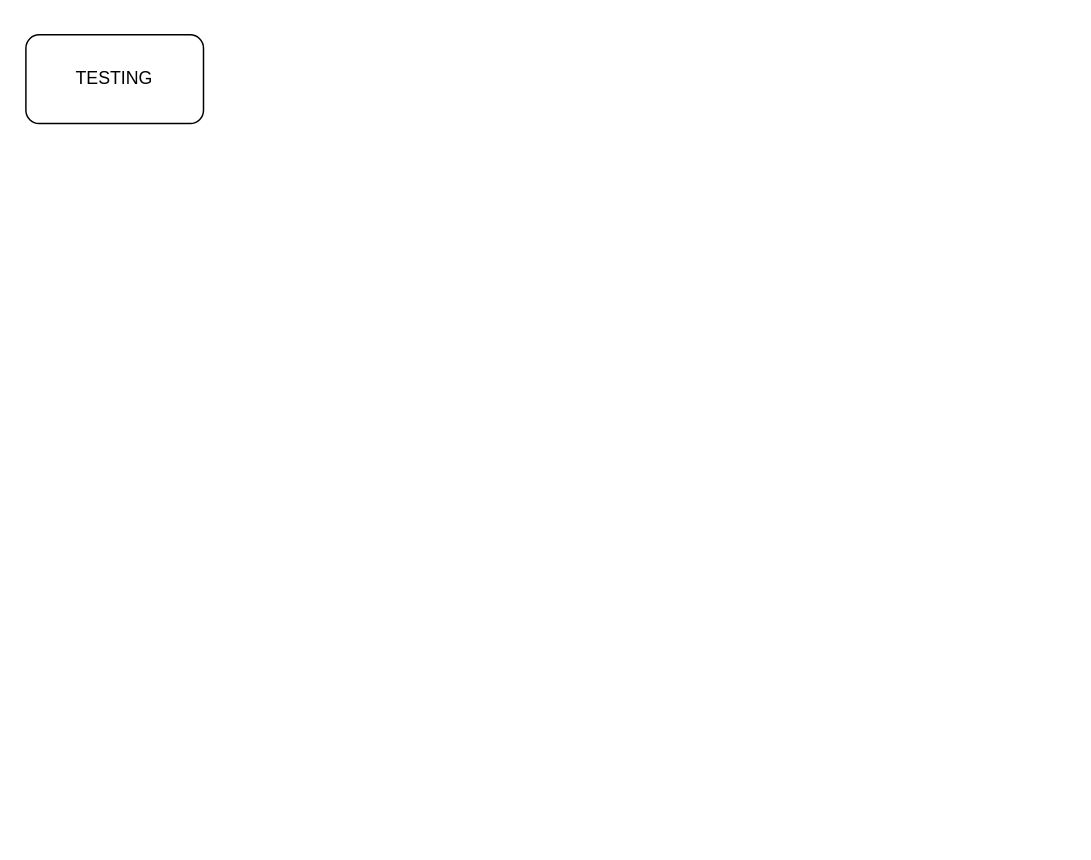
Above: Untitled Diagram.drawio in benpmay24/Process_Diagrams (draw.io), before the change. Source tidied: cells renumbered, new cells numbered last; positions are measured from the earlier drawing's top-left corner, leaving out a move shared by most shapes. Both pictures are drawn from the tidied source at 148%, with x=0, y=0 at pixel (25, 34).
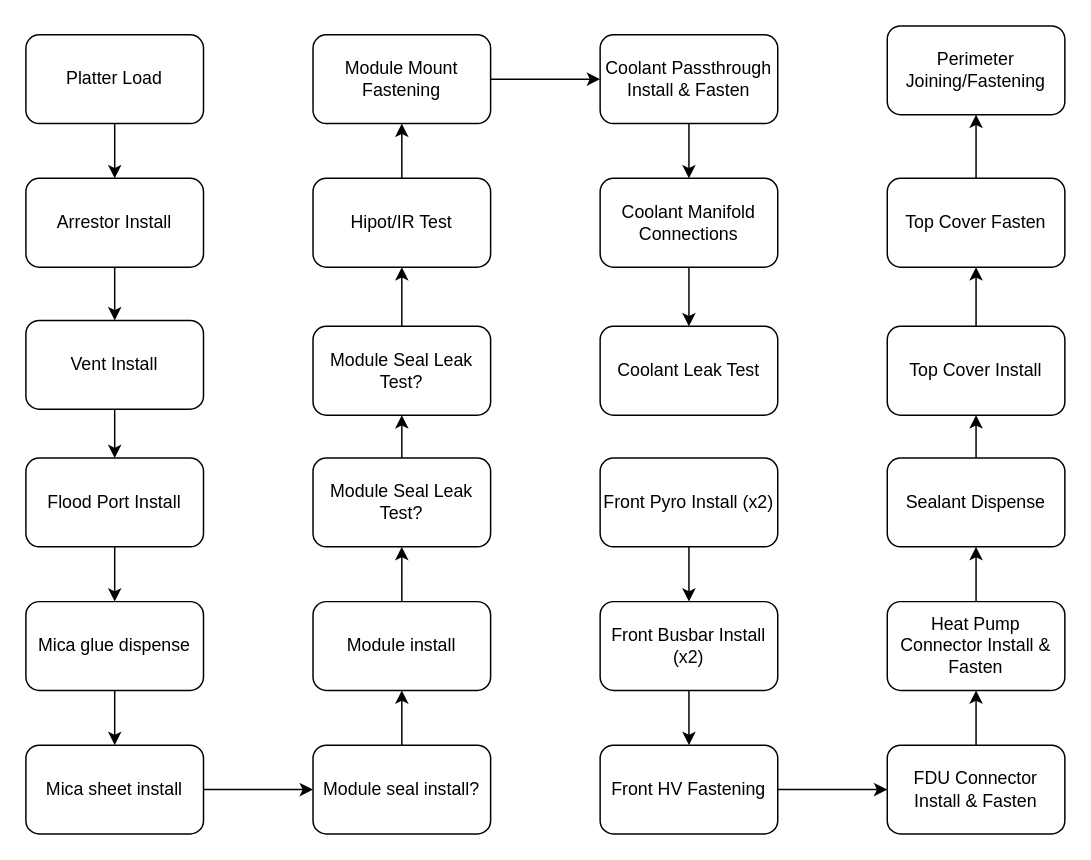
The same diagram, later.

What changed in the source:
```diff
@@
+    <mxCell id="3" style="edgeStyle=orthogonalEdgeStyle;rounded=0;jettySize=auto;html=1;exitX=0.5;exitY=1;exitDx=0;exitDy=0;entryX=0.5;entryY=0;entryDx=0;entryDy=0;" parent="1" edge="1" source="2" target="5">
+      <mxGeometry relative="1" as="geometry" />
+    </mxCell>
-    <mxCell id="2" value="TESTING" style="rounded=1;whiteSpace=wrap;html=1;" parent="1" vertex="1">
+    <mxCell id="2" value="Platter Load" style="rounded=1;whiteSpace=wrap;html=1;" parent="1" vertex="1">
       <mxGeometry width="120" height="60" as="geometry" />
     </mxCell>
+    <mxCell id="4" style="edgeStyle=orthogonalEdgeStyle;rounded=0;jettySize=auto;html=1;entryX=0.5;entryY=0;entryDx=0;entryDy=0;" parent="1" edge="1" source="5" target="7">
+      <mxGeometry relative="1" as="geometry" />
+    </mxCell>
+    <mxCell id="5" value="Arrestor Install" style="rounded=1;whiteSpace=wrap;html=1;" parent="1" vertex="1">
+      <mxGeometry y="97" width="120" height="60" as="geometry" />
+    </mxCell>
+    <mxCell id="6" style="edgeStyle=orthogonalEdgeStyle;rounded=0;jettySize=auto;html=1;" parent="1" edge="1" source="7" target="9">
+      <mxGeometry relative="1" as="geometry" />
+    </mxCell>
+    <mxCell id="7" value="Vent Install" style="rounded=1;whiteSpace=wrap;html=1;" parent="1" vertex="1">
+      <mxGeometry y="193" width="120" height="60" as="geometry" />
+    </mxCell>
+    <mxCell id="8" style="edgeStyle=orthogonalEdgeStyle;rounded=0;jettySize=auto;html=1;" parent="1" edge="1" source="9" target="11">
+      <mxGeometry relative="1" as="geometry" />
+    </mxCell>
+    <mxCell id="9" value="Flood Port Install" style="rounded=1;whiteSpace=wrap;html=1;" parent="1" vertex="1">
+      <mxGeometry y="286" width="120" height="60" as="geometry" />
+    </mxCell>
+    <mxCell id="10" style="edgeStyle=orthogonalEdgeStyle;rounded=0;jettySize=auto;html=1;" parent="1" edge="1" source="11" target="13">
+      <mxGeometry relative="1" as="geometry" />
+    </mxCell>
+    <mxCell id="11" value="Mica glue dispense" style="rounded=1;whiteSpace=wrap;html=1;" parent="1" vertex="1">
+      <mxGeometry y="383" width="120" height="60" as="geometry" />
+    </mxCell>
+    <mxCell id="12" style="edgeStyle=orthogonalEdgeStyle;rounded=0;jettySize=auto;html=1;" parent="1" edge="1" source="13" target="15">
+      <mxGeometry relative="1" as="geometry" />
+    </mxCell>
+    <mxCell id="13" value="Mica sheet install" style="rounded=1;whiteSpace=wrap;html=1;" parent="1" vertex="1">
+      <mxGeometry y="480" width="120" height="60" as="geometry" />
+    </mxCell>
+    <mxCell id="14" style="edgeStyle=orthogonalEdgeStyle;rounded=0;jettySize=auto;html=1;" parent="1" edge="1" source="15" target="17">
+      <mxGeometry relative="1" as="geometry" />
+    </mxCell>
+    <mxCell id="15" value="Module seal install?" style="rounded=1;whiteSpace=wrap;html=1;" parent="1" vertex="1">
+      <mxGeometry x="194" y="480" width="120" height="60" as="geometry" />
+    </mxCell>
+    <mxCell id="16" style="edgeStyle=orthogonalEdgeStyle;rounded=0;jettySize=auto;html=1;" parent="1" edge="1" source="17" target="23">
+      <mxGeometry relative="1" as="geometry" />
+    </mxCell>
+    <mxCell id="17" value="Module install" style="rounded=1;whiteSpace=wrap;html=1;" parent="1" vertex="1">
+      <mxGeometry x="194" y="383" width="120" height="60" as="geometry" />
+    </mxCell>
+    <mxCell id="18" style="edgeStyle=orthogonalEdgeStyle;rounded=0;jettySize=auto;html=1;" parent="1" edge="1" source="19" target="36">
+      <mxGeometry relative="1" as="geometry" />
+    </mxCell>
+    <mxCell id="19" value="Module Mount Fastening" style="rounded=1;whiteSpace=wrap;html=1;" parent="1" vertex="1">
+      <mxGeometry x="194" width="120" height="60" as="geometry" />
+    </mxCell>
+    <mxCell id="20" style="edgeStyle=orthogonalEdgeStyle;rounded=0;jettySize=auto;html=1;" parent="1" edge="1" source="21" target="28">
+      <mxGeometry relative="1" as="geometry" />
+    </mxCell>
+    <mxCell id="21" value="Coolant Manifold Connections" style="rounded=1;whiteSpace=wrap;html=1;" parent="1" vertex="1">
+      <mxGeometry x="388" y="97" width="120" height="60" as="geometry" />
+    </mxCell>
+    <mxCell id="22" style="edgeStyle=orthogonalEdgeStyle;rounded=0;jettySize=auto;html=1;exitX=0.5;exitY=0;exitDx=0;exitDy=0;entryX=0.5;entryY=1;entryDx=0;entryDy=0;" parent="1" edge="1" source="23" target="25">
+      <mxGeometry relative="1" as="geometry" />
+    </mxCell>
+    <mxCell id="23" value="Module Seal Leak Test?" style="rounded=1;whiteSpace=wrap;html=1;" parent="1" vertex="1">
+      <mxGeometry x="194" y="286" width="120" height="60" as="geometry" />
+    </mxCell>
+    <mxCell id="24" style="edgeStyle=orthogonalEdgeStyle;rounded=0;jettySize=auto;html=1;" parent="1" edge="1" source="25" target="27">
+      <mxGeometry relative="1" as="geometry" />
+    </mxCell>
+    <mxCell id="25" value="Module Seal Leak Test?" style="rounded=1;whiteSpace=wrap;html=1;" parent="1" vertex="1">
+      <mxGeometry x="194" y="197" width="120" height="60" as="geometry" />
+    </mxCell>
+    <mxCell id="26" style="edgeStyle=orthogonalEdgeStyle;rounded=0;jettySize=auto;html=1;" parent="1" edge="1" source="27" target="19">
+      <mxGeometry relative="1" as="geometry" />
+    </mxCell>
+    <mxCell id="27" value="Hipot/IR Test" style="rounded=1;whiteSpace=wrap;html=1;" parent="1" vertex="1">
+      <mxGeometry x="194" y="97" width="120" height="60" as="geometry" />
+    </mxCell>
+    <mxCell id="28" value="Coolant Leak Test" style="rounded=1;whiteSpace=wrap;html=1;" parent="1" vertex="1">
+      <mxGeometry x="388" y="197" width="120" height="60" as="geometry" />
+    </mxCell>
+    <mxCell id="29" style="edgeStyle=orthogonalEdgeStyle;rounded=0;jettySize=auto;html=1;" parent="1" edge="1" source="30" target="32">
+      <mxGeometry relative="1" as="geometry" />
+    </mxCell>
+    <mxCell id="30" value="Front Pyro Install (x2)" style="rounded=1;whiteSpace=wrap;html=1;" parent="1" vertex="1">
+      <mxGeometry x="388" y="286" width="120" height="60" as="geometry" />
+    </mxCell>
+    <mxCell id="31" style="edgeStyle=orthogonalEdgeStyle;rounded=0;jettySize=auto;html=1;" parent="1" edge="1" source="32" target="34">
+      <mxGeometry relative="1" as="geometry" />
+    </mxCell>
+    <mxCell id="32" value="Front Busbar Install (x2)" style="rounded=1;whiteSpace=wrap;html=1;" parent="1" vertex="1">
+      <mxGeometry x="388" y="383" width="120" height="60" as="geometry" />
+    </mxCell>
+    <mxCell id="33" style="edgeStyle=orthogonalEdgeStyle;rounded=0;jettySize=auto;html=1;" parent="1" edge="1" source="34" target="38">
+      <mxGeometry relative="1" as="geometry" />
+    </mxCell>
+    <mxCell id="34" value="Front HV Fastening" style="rounded=1;whiteSpace=wrap;html=1;" parent="1" vertex="1">
+      <mxGeometry x="388" y="480" width="120" height="60" as="geometry" />
+    </mxCell>
+    <mxCell id="35" style="edgeStyle=orthogonalEdgeStyle;rounded=0;jettySize=auto;html=1;" parent="1" edge="1" source="36" target="21">
+      <mxGeometry relative="1" as="geometry" />
+    </mxCell>
+    <mxCell id="36" value="Coolant Passthrough Install &amp;amp; Fasten" style="rounded=1;whiteSpace=wrap;html=1;" parent="1" vertex="1">
+      <mxGeometry x="388" width="120" height="60" as="geometry" />
+    </mxCell>
+    <mxCell id="37" style="edgeStyle=orthogonalEdgeStyle;rounded=0;jettySize=auto;html=1;" parent="1" edge="1" source="38" target="40">
+      <mxGeometry relative="1" as="geometry" />
+    </mxCell>
+    <mxCell id="38" value="FDU Connector Install &amp;amp; Fasten" style="rounded=1;whiteSpace=wrap;html=1;flipV=0;flipH=1;direction=west;" parent="1" vertex="1">
+      <mxGeometry x="582" y="480" width="120" height="60" as="geometry" />
+    </mxCell>
+    <mxCell id="39" style="edgeStyle=orthogonalEdgeStyle;rounded=0;jettySize=auto;html=1;" parent="1" edge="1" source="40" target="42">
+      <mxGeometry relative="1" as="geometry" />
+    </mxCell>
+    <mxCell id="40" value="Heat Pump Connector Install &amp;amp; Fasten" style="rounded=1;whiteSpace=wrap;html=1;flipV=0;flipH=1;direction=west;" parent="1" vertex="1">
+      <mxGeometry x="582" y="383" width="120" height="60" as="geometry" />
+    </mxCell>
+    <mxCell id="41" style="edgeStyle=orthogonalEdgeStyle;rounded=0;jettySize=auto;html=1;" parent="1" edge="1" source="42" target="44">
+      <mxGeometry relative="1" as="geometry" />
+    </mxCell>
+    <mxCell id="42" value="Sealant Dispense" style="rounded=1;whiteSpace=wrap;html=1;flipV=0;flipH=1;direction=west;" parent="1" vertex="1">
+      <mxGeometry x="582" y="286" width="120" height="60" as="geometry" />
+    </mxCell>
+    <mxCell id="43" style="edgeStyle=orthogonalEdgeStyle;rounded=0;jettySize=auto;html=1;" parent="1" edge="1" source="44" target="46">
+      <mxGeometry relative="1" as="geometry" />
+    </mxCell>
+    <mxCell id="44" value="Top Cover Install" style="rounded=1;whiteSpace=wrap;html=1;flipV=0;flipH=1;direction=west;" parent="1" vertex="1">
+      <mxGeometry x="582" y="197" width="120" height="60" as="geometry" />
+    </mxCell>
+    <mxCell id="45" style="edgeStyle=orthogonalEdgeStyle;rounded=0;jettySize=auto;html=1;" parent="1" edge="1" source="46" target="47">
+      <mxGeometry relative="1" as="geometry" />
+    </mxCell>
+    <mxCell id="46" value="Top Cover Fasten" style="rounded=1;whiteSpace=wrap;html=1;flipV=0;flipH=1;direction=west;" parent="1" vertex="1">
+      <mxGeometry x="582" y="97" width="120" height="60" as="geometry" />
+    </mxCell>
+    <mxCell id="47" value="Perimeter Joining/Fastening" style="rounded=1;whiteSpace=wrap;html=1;flipV=0;flipH=1;direction=west;" parent="1" vertex="1">
+      <mxGeometry x="582" y="-6" width="120" height="60" as="geometry" />
+    </mxCell>
```
